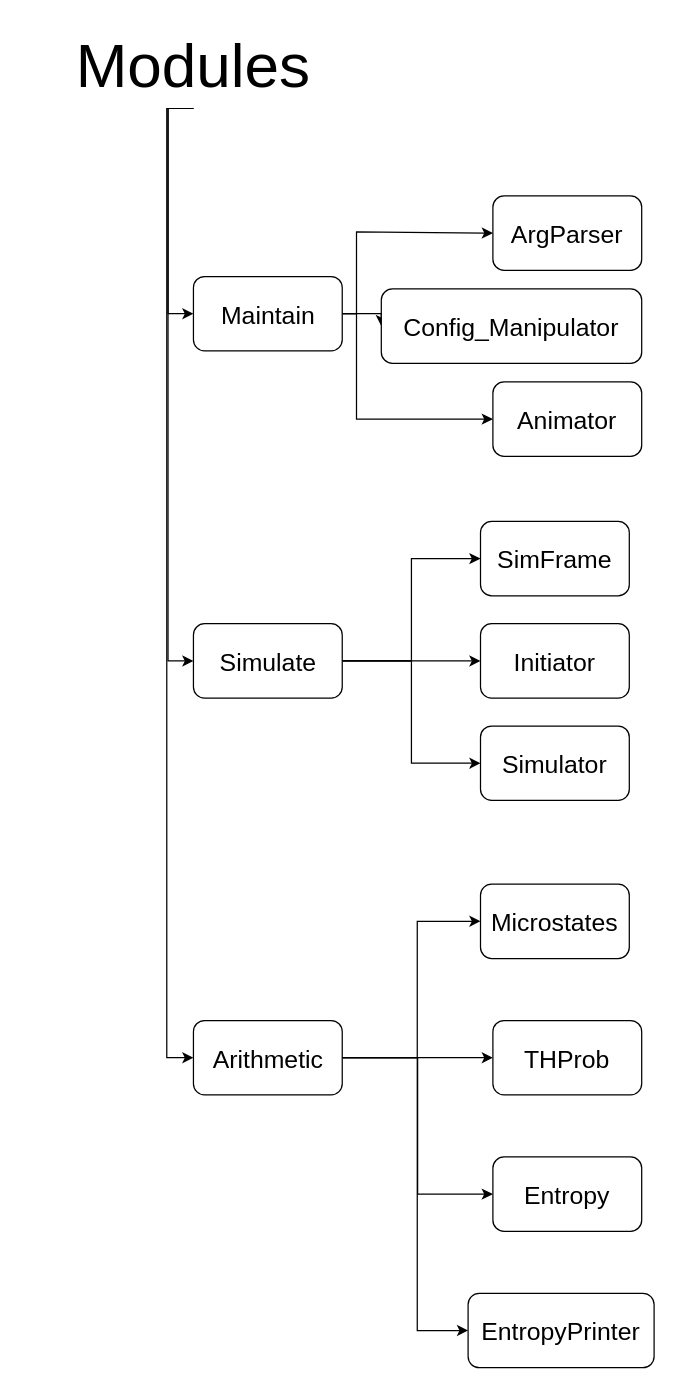
This is page "Idea" (1 of 4) of idea/class.drawio from drifftingcanoncuddle/szawiola-zadanie, a draw.io file, before an edit. Source tidied: cells renumbered, new cells numbered last; positions are measured from the earlier drawing's top-left corner, leaving out a move shared by most shapes. Both pictures are drawn from the tidied source at 124%, with x=0, y=0 at pixel (21, 21).
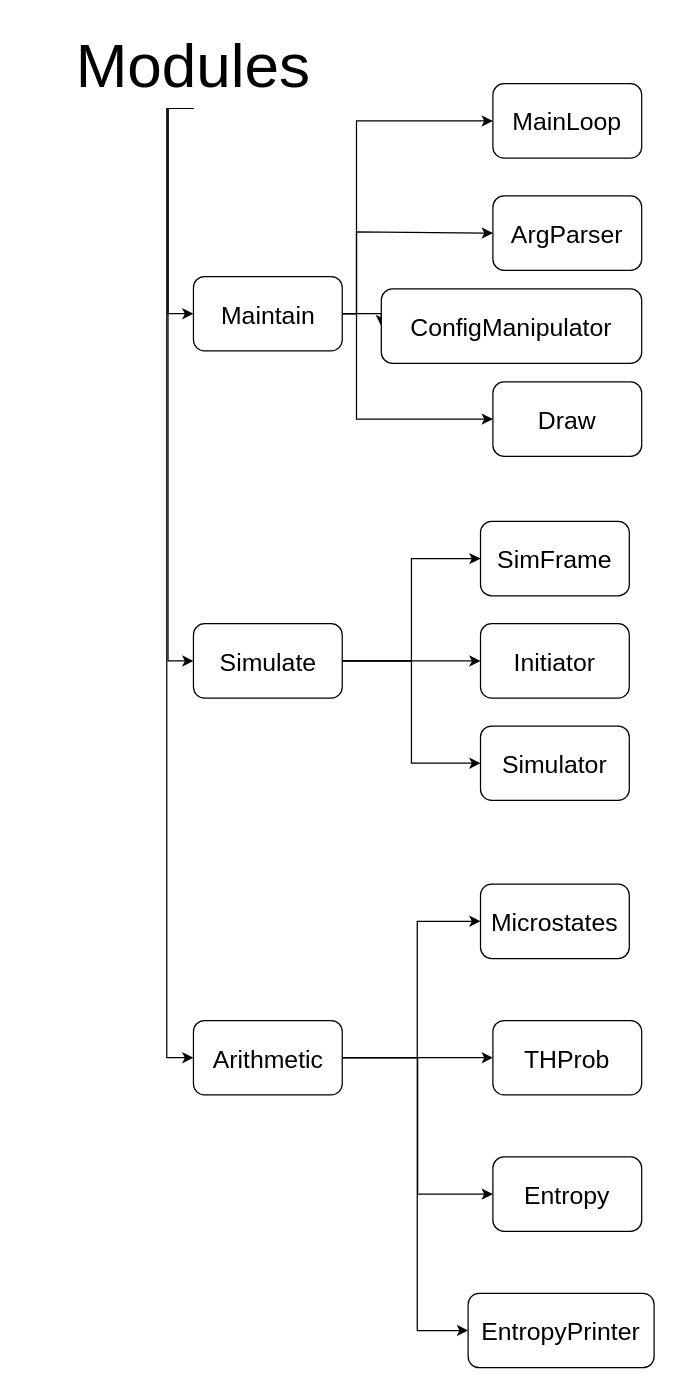
The same page after the edit.

Unchanged cells that the change refers to:
```xml
<mxCell id="9" value="&lt;div&gt;Maintain&lt;/div&gt;" style="rounded=1;whiteSpace=wrap;html=1;fontSize=20;" parent="1" vertex="1">
  <mxGeometry x="138.5" y="205.5" width="120" height="60" as="geometry" />
</mxCell>
```

The edit, as a diff of the source:
```diff
@@
+    <mxCell id="29" style="edgeStyle=orthogonalEdgeStyle;rounded=0;jettySize=auto;html=1;exitX=1;exitY=0.5;exitDx=0;exitDy=0;entryX=0;entryY=0.5;entryDx=0;entryDy=0;" parent="1" edge="1" source="9" target="30">
+      <mxGeometry relative="1" as="geometry">
+        <Array as="points">
+          <mxPoint x="270" y="236" />
+          <mxPoint x="270" y="80" />
+        </Array>
+      </mxGeometry>
+    </mxCell>
@@
-    <mxCell id="11" value="&lt;div&gt;Config_Manipulator&lt;/div&gt;" style="rounded=1;whiteSpace=wrap;html=1;fontSize=20;" parent="1" vertex="1">
+    <mxCell id="11" value="&lt;div&gt;ConfigManipulator&lt;/div&gt;" style="rounded=1;whiteSpace=wrap;html=1;fontSize=20;" parent="1" vertex="1">
       <mxGeometry x="290" y="215.5" width="210" height="60" as="geometry" />
     </mxCell>
-    <mxCell id="12" value="Animator" style="rounded=1;whiteSpace=wrap;html=1;fontSize=20;" parent="1" vertex="1">
+    <mxCell id="12" value="&lt;div&gt;Draw&lt;/div&gt;" style="rounded=1;whiteSpace=wrap;html=1;fontSize=20;" parent="1" vertex="1">
       <mxGeometry x="380" y="290.5" width="120" height="60" as="geometry" />
     </mxCell>
@@
+    <mxCell id="30" value="&lt;div&gt;MainLoop&lt;/div&gt;" style="rounded=1;whiteSpace=wrap;html=1;fontSize=20;" parent="1" vertex="1">
+      <mxGeometry x="380" y="50" width="120" height="60" as="geometry" />
+    </mxCell>
```
